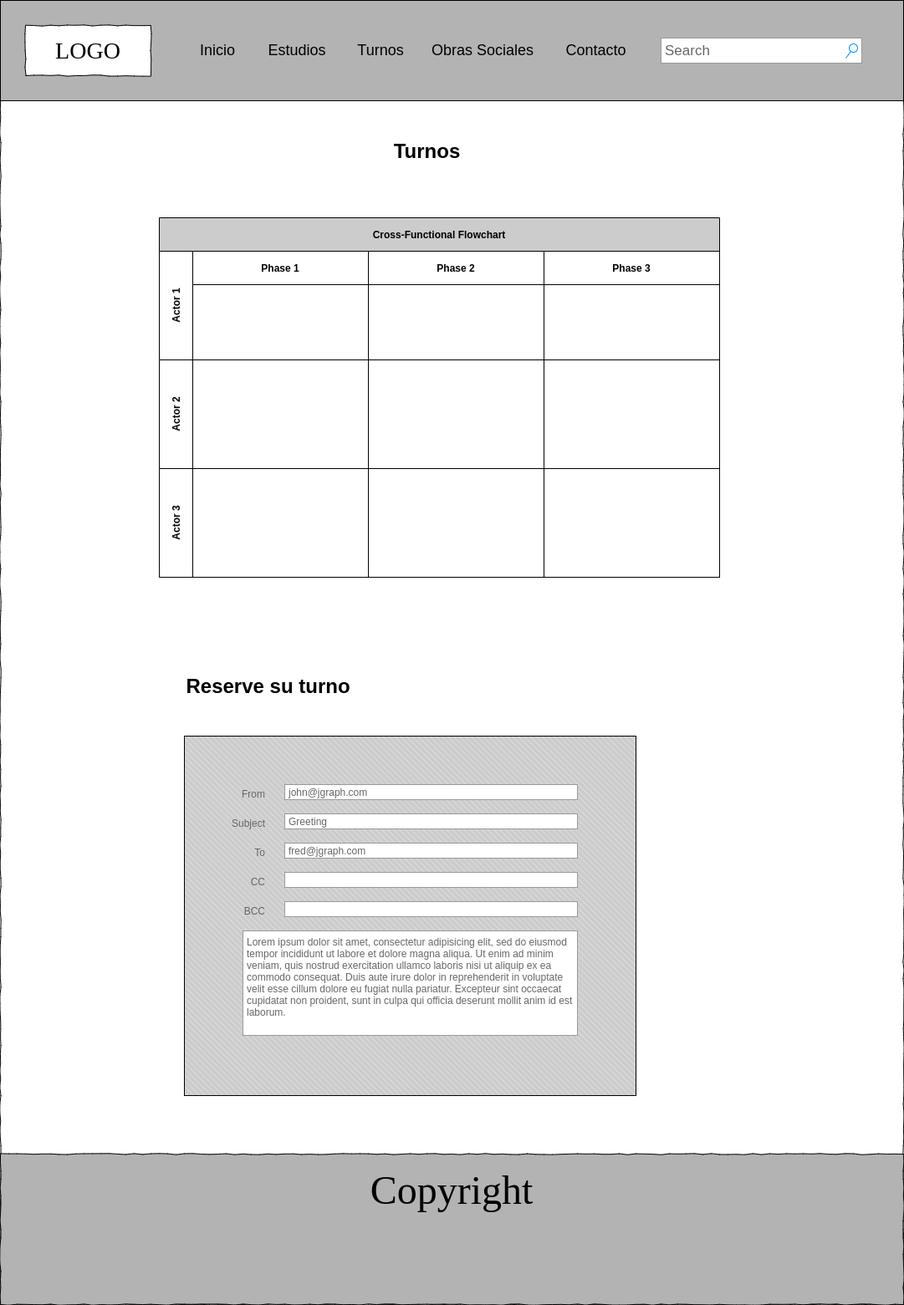
andresgerz/consultorio-rx keeps this draw.io diagram as wireframes/turnos.png. Above is the earlier version. Source tidied: cells renumbered, new cells last; positions are measured from the earlier drawing's top-left corner, leaving out a move shared by most shapes.
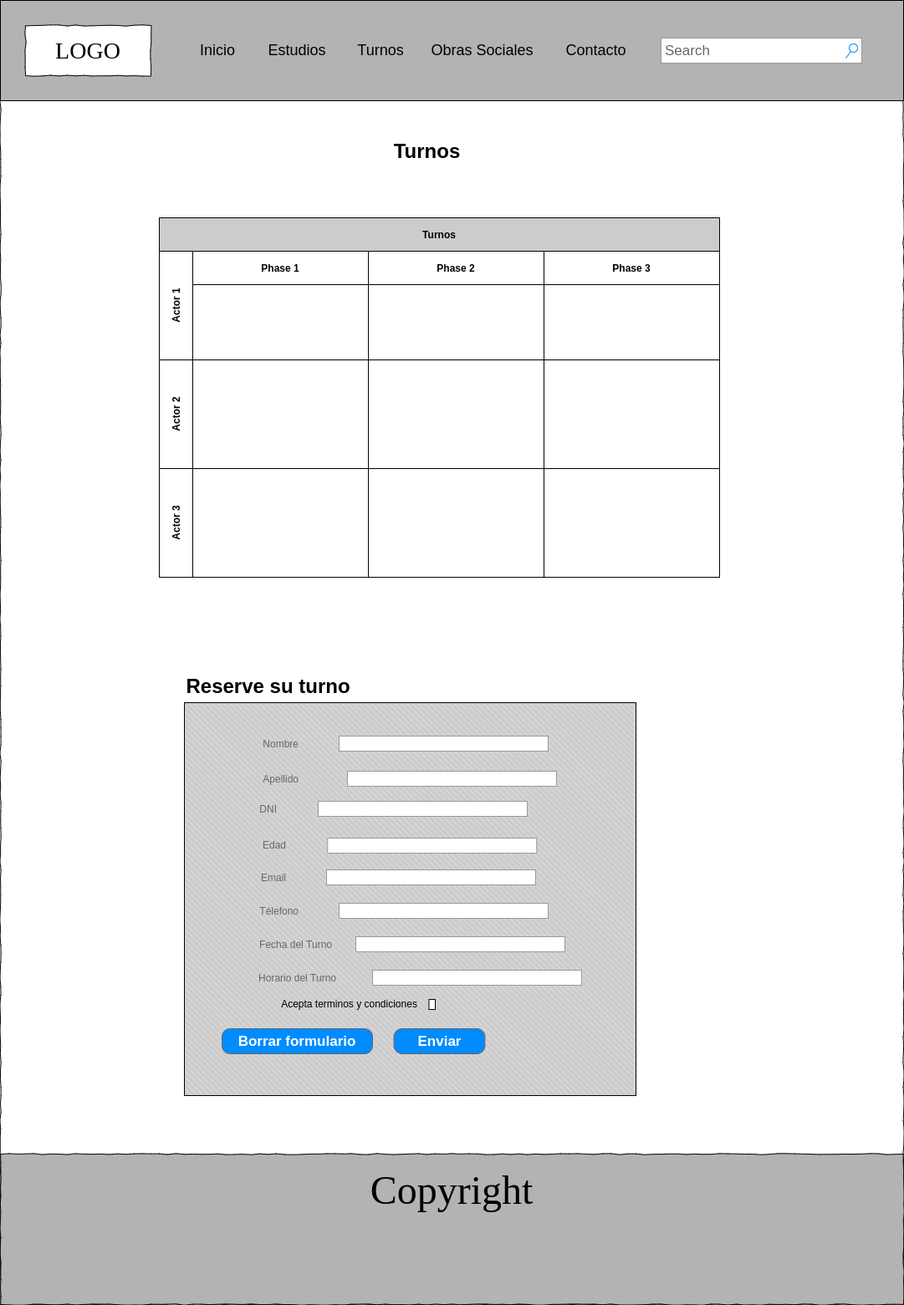
Above is the later version.

Diff of the diagram source:
```diff
@@ -2,12 +2,12 @@
   <root>
     <mxCell id="0" />
     <mxCell id="1" parent="0" />
+    <mxCell id="3" style="whiteSpace=wrap;html=1;rounded=0;shadow=0;labelBackgroundColor=none;strokeColor=#000000;strokeWidth=1;fillColor=none;fontFamily=Verdana;fontSize=12;fontColor=#000000;align=center;comic=1;" parent="1" vertex="1">
+      <mxGeometry width="1080" height="1560" as="geometry" />
+    </mxCell>
     <mxCell id="2" style="verticalLabelPosition=bottom;verticalAlign=top;html=1;shape=mxgraph.basic.patternFillRect;fillStyle=diagRev;step=5;fillStrokeWidth=0.2;fillStrokeColor=#dddddd;fillColor=#CCCCCC;" parent="1" vertex="1">
-      <mxGeometry x="220" y="880" width="540" height="430" as="geometry" />
+      <mxGeometry x="220" y="840" width="540" height="470" as="geometry" />
     </mxCell>
-    <mxCell id="3" style="whiteSpace=wrap;html=1;rounded=0;shadow=0;labelBackgroundColor=none;strokeColor=#000000;strokeWidth=1;fillColor=none;fontFamily=Verdana;fontSize=12;fontColor=#000000;align=center;comic=1;" parent="1" vertex="1">
-      <mxGeometry width="1080" height="1560" as="geometry" />
-    </mxCell>
     <mxCell id="4" style="verticalLabelPosition=bottom;verticalAlign=top;html=1;shape=mxgraph.basic.rect;fillColor2=none;strokeWidth=1;size=20;indent=5;fillColor=#B3B3B3;" parent="1" vertex="1">
       <mxGeometry width="1080" height="120" as="geometry" />
     </mxCell>
@@ -35,40 +35,25 @@
     <mxCell id="12" value="Contacto" style="text;html=1;strokeColor=none;fillColor=none;align=center;verticalAlign=middle;whiteSpace=wrap;rounded=0;fontSize=18;" parent="1" vertex="1">
       <mxGeometry x="675" y="50" width="75" height="20" as="geometry" />
     </mxCell>
-    <mxCell id="13" value="From" style="strokeWidth=1;shadow=0;dashed=0;align=center;html=1;shape=mxgraph.mockup.forms.anchor;align=right;spacingRight=2;fontColor=#666666;" parent="1" vertex="1">
-      <mxGeometry x="270" y="940" width="50" height="18" as="geometry" />
+    <mxCell id="13" value="Nombre" style="strokeWidth=1;shadow=0;dashed=0;align=center;html=1;shape=mxgraph.mockup.forms.anchor;align=right;spacingRight=2;fontColor=#666666;" parent="1" vertex="1">
+      <mxGeometry x="310" y="880" width="50" height="18" as="geometry" />
     </mxCell>
-    <mxCell id="14" value="john@jgraph.com" style="strokeWidth=1;shadow=0;dashed=0;align=center;html=1;shape=mxgraph.mockup.forms.rrect;fillColor=#ffffff;rSize=0;fontColor=#666666;align=left;spacingLeft=3;strokeColor=#999999;" parent="1" vertex="1">
-      <mxGeometry x="340" y="938" width="350" height="18" as="geometry" />
+    <mxCell id="14" style="strokeWidth=1;shadow=0;dashed=0;align=center;html=1;shape=mxgraph.mockup.forms.rrect;fillColor=#ffffff;rSize=0;fontColor=#666666;align=left;spacingLeft=3;strokeColor=#999999;" parent="1" vertex="1">
+      <mxGeometry x="405" y="880" width="250" height="18" as="geometry" />
     </mxCell>
-    <mxCell id="15" value="Subject" style="strokeWidth=1;shadow=0;dashed=0;align=center;html=1;shape=mxgraph.mockup.forms.anchor;align=right;spacingRight=2;fontColor=#666666;" parent="1" vertex="1">
-      <mxGeometry x="270" y="975" width="50" height="18" as="geometry" />
-    </mxCell>
-    <mxCell id="16" value="Greeting" style="strokeWidth=1;shadow=0;dashed=0;align=center;html=1;shape=mxgraph.mockup.forms.rrect;fillColor=#ffffff;rSize=0;fontColor=#666666;align=left;spacingLeft=3;strokeColor=#999999;" parent="1" vertex="1">
-      <mxGeometry x="340" y="973" width="350" height="18" as="geometry" />
+    <mxCell id="16" style="strokeWidth=1;shadow=0;dashed=0;align=center;html=1;shape=mxgraph.mockup.forms.rrect;fillColor=#ffffff;rSize=0;fontColor=#666666;align=left;spacingLeft=3;strokeColor=#999999;" parent="1" vertex="1">
+      <mxGeometry x="415" y="922" width="250" height="18" as="geometry" />
     </mxCell>
-    <mxCell id="17" value="To" style="strokeWidth=1;shadow=0;dashed=0;align=center;html=1;shape=mxgraph.mockup.forms.anchor;align=right;spacingRight=2;fontColor=#666666;" parent="1" vertex="1">
-      <mxGeometry x="270" y="1010" width="50" height="18" as="geometry" />
-    </mxCell>
-    <mxCell id="18" value="fred@jgraph.com" style="strokeWidth=1;shadow=0;dashed=0;align=center;html=1;shape=mxgraph.mockup.forms.rrect;fillColor=#ffffff;rSize=0;fontColor=#666666;align=left;spacingLeft=3;strokeColor=#999999;" parent="1" vertex="1">
-      <mxGeometry x="340" y="1008" width="350" height="18" as="geometry" />
+    <mxCell id="18" style="strokeWidth=1;shadow=0;dashed=0;align=center;html=1;shape=mxgraph.mockup.forms.rrect;fillColor=#ffffff;rSize=0;fontColor=#666666;align=left;spacingLeft=3;strokeColor=#999999;" parent="1" vertex="1">
+      <mxGeometry x="380" y="958" width="250" height="18" as="geometry" />
     </mxCell>
-    <mxCell id="19" value="CC" style="strokeWidth=1;shadow=0;dashed=0;align=center;html=1;shape=mxgraph.mockup.forms.anchor;align=right;spacingRight=2;fontColor=#666666;" parent="1" vertex="1">
-      <mxGeometry x="270" y="1045" width="50" height="18" as="geometry" />
-    </mxCell>
     <mxCell id="20" style="strokeWidth=1;shadow=0;dashed=0;align=center;html=1;shape=mxgraph.mockup.forms.rrect;fillColor=#ffffff;rSize=0;fontColor=#666666;align=left;spacingLeft=3;strokeColor=#999999;" parent="1" vertex="1">
-      <mxGeometry x="340" y="1043" width="350" height="18" as="geometry" />
+      <mxGeometry x="391.2" y="1002" width="250" height="18" as="geometry" />
     </mxCell>
-    <mxCell id="21" value="BCC" style="strokeWidth=1;shadow=0;dashed=0;align=center;html=1;shape=mxgraph.mockup.forms.anchor;align=right;spacingRight=2;fontColor=#666666;" parent="1" vertex="1">
-      <mxGeometry x="270" y="1080" width="50" height="18" as="geometry" />
-    </mxCell>
     <mxCell id="22" style="strokeWidth=1;shadow=0;dashed=0;align=center;html=1;shape=mxgraph.mockup.forms.rrect;fillColor=#ffffff;rSize=0;fontColor=#666666;align=left;spacingLeft=3;strokeColor=#999999;" parent="1" vertex="1">
-      <mxGeometry x="340" y="1078" width="350" height="18" as="geometry" />
+      <mxGeometry x="405" y="1080" width="250" height="18" as="geometry" />
     </mxCell>
-    <mxCell id="23" value="Lorem ipsum dolor sit amet, consectetur adipisicing elit, sed do eiusmod tempor incididunt ut labore et dolore magna aliqua. Ut enim ad minim veniam, quis nostrud exercitation ullamco laboris nisi ut aliquip ex ea commodo consequat. Duis aute irure dolor in reprehenderit in voluptate velit esse cillum dolore eu fugiat nulla pariatur. Excepteur sint occaecat cupidatat non proident, sunt in culpa qui officia deserunt mollit anim id est laborum." style="strokeWidth=1;shadow=0;dashed=0;align=center;html=1;shape=mxgraph.mockup.forms.rrect;fillColor=#ffffff;rSize=0;fontColor=#666666;align=left;spacingLeft=3;strokeColor=#999999;verticalAlign=top;whiteSpace=wrap;" parent="1" vertex="1">
-      <mxGeometry x="290" y="1113" width="400" height="125" as="geometry" />
-    </mxCell>
-    <mxCell id="24" value="Cross-Functional Flowchart" style="shape=table;rowLines=0;columnLines=0;startSize=40;html=1;whiteSpace=wrap;fontStyle=1;align=center;fillColor=#CCCCCC;" parent="1" vertex="1">
+    <mxCell id="24" value="Turnos" style="shape=table;rowLines=0;columnLines=0;startSize=40;html=1;whiteSpace=wrap;fontStyle=1;align=center;fillColor=#CCCCCC;" parent="1" vertex="1">
       <mxGeometry x="190" y="260" width="670" height="430" as="geometry" />
     </mxCell>
     <mxCell id="25" value="Actor 1" style="swimlane;horizontal=0;startSize=40;html=1;whiteSpace=wrap;fontStyle=1;" parent="24" vertex="1">
@@ -113,5 +98,47 @@
     <mxCell id="38" value="Reserve su turno" style="text;strokeColor=none;fillColor=none;html=1;fontSize=24;fontStyle=1;verticalAlign=middle;align=center;" parent="1" vertex="1">
       <mxGeometry x="270" y="800" width="100" height="40" as="geometry" />
     </mxCell>
+    <mxCell id="39" style="strokeWidth=1;shadow=0;dashed=0;align=center;html=1;shape=mxgraph.mockup.forms.rrect;fillColor=#ffffff;rSize=0;fontColor=#666666;align=left;spacingLeft=3;strokeColor=#999999;" parent="1" vertex="1">
+      <mxGeometry x="390" y="1040" width="250" height="18" as="geometry" />
+    </mxCell>
+    <mxCell id="40" style="strokeWidth=1;shadow=0;dashed=0;align=center;html=1;shape=mxgraph.mockup.forms.rrect;fillColor=#ffffff;rSize=0;fontColor=#666666;align=left;spacingLeft=3;strokeColor=#999999;" parent="1" vertex="1">
+      <mxGeometry x="425" y="1120" width="250" height="18" as="geometry" />
+    </mxCell>
+    <mxCell id="41" style="strokeWidth=1;shadow=0;dashed=0;align=center;html=1;shape=mxgraph.mockup.forms.rrect;fillColor=#ffffff;rSize=0;fontColor=#666666;align=left;spacingLeft=3;strokeColor=#999999;" parent="1" vertex="1">
+      <mxGeometry x="445" y="1160" width="250" height="18" as="geometry" />
+    </mxCell>
+    <mxCell id="42" value="Enviar" style="strokeWidth=1;shadow=0;dashed=0;align=center;html=1;shape=mxgraph.mockup.buttons.button;strokeColor=#666666;fontColor=#ffffff;mainText=;buttonStyle=round;fontSize=17;fontStyle=1;fillColor=#008cff;whiteSpace=wrap;" parent="1" vertex="1">
+      <mxGeometry x="470.6" y="1230" width="108.8" height="30" as="geometry" />
+    </mxCell>
+    <mxCell id="43" value="Borrar formulario" style="strokeWidth=1;shadow=0;dashed=0;align=center;html=1;shape=mxgraph.mockup.buttons.button;strokeColor=#666666;fontColor=#ffffff;mainText=;buttonStyle=round;fontSize=17;fontStyle=1;fillColor=#008cff;whiteSpace=wrap;" parent="1" vertex="1">
+      <mxGeometry x="265" y="1230" width="180" height="30" as="geometry" />
+    </mxCell>
+    <mxCell id="44" value="Acepta terminos y condiciones" style="text;html=1;strokeColor=none;fillColor=none;align=center;verticalAlign=middle;whiteSpace=wrap;rounded=0;" parent="1" vertex="1">
+      <mxGeometry x="275" y="1190" width="285" height="20" as="geometry" />
+    </mxCell>
+    <mxCell id="45" style="rounded=0;whiteSpace=wrap;html=1;" parent="1" vertex="1">
+      <mxGeometry x="512.5" y="1195" width="7.5" height="12" as="geometry" />
+    </mxCell>
+    <mxCell id="46" value="Apellido" style="strokeWidth=1;shadow=0;dashed=0;align=center;html=1;shape=mxgraph.mockup.forms.anchor;align=right;spacingRight=2;fontColor=#666666;" parent="1" vertex="1">
+      <mxGeometry x="310" y="922" width="50" height="18" as="geometry" />
+    </mxCell>
+    <mxCell id="47" value="DNI" style="strokeWidth=1;shadow=0;dashed=0;align=center;html=1;shape=mxgraph.mockup.forms.anchor;align=right;spacingRight=2;fontColor=#666666;direction=south;" parent="1" vertex="1">
+      <mxGeometry x="316" y="952" width="18" height="30" as="geometry" />
+    </mxCell>
+    <mxCell id="48" value="Edad" style="strokeWidth=1;shadow=0;dashed=0;align=center;html=1;shape=mxgraph.mockup.forms.anchor;align=right;spacingRight=2;fontColor=#666666;" parent="1" vertex="1">
+      <mxGeometry x="295" y="1000" width="50" height="20" as="geometry" />
+    </mxCell>
+    <mxCell id="49" value="Email" style="strokeWidth=1;shadow=0;dashed=0;align=center;html=1;shape=mxgraph.mockup.forms.anchor;align=right;spacingRight=2;fontColor=#666666;" parent="1" vertex="1">
+      <mxGeometry x="295" y="1040" width="50" height="18" as="geometry" />
+    </mxCell>
+    <mxCell id="50" value="Télefono" style="strokeWidth=1;shadow=0;dashed=0;align=center;html=1;shape=mxgraph.mockup.forms.anchor;align=right;spacingRight=2;fontColor=#666666;" parent="1" vertex="1">
+      <mxGeometry x="310" y="1080" width="50" height="18" as="geometry" />
+    </mxCell>
+    <mxCell id="51" value="Fecha del Turno" style="strokeWidth=1;shadow=0;dashed=0;align=center;html=1;shape=mxgraph.mockup.forms.anchor;align=right;spacingRight=2;fontColor=#666666;" parent="1" vertex="1">
+      <mxGeometry x="310" y="1120" width="90" height="18" as="geometry" />
+    </mxCell>
+    <mxCell id="52" value="Horario del Turno" style="strokeWidth=1;shadow=0;dashed=0;align=center;html=1;shape=mxgraph.mockup.forms.anchor;align=right;spacingRight=2;fontColor=#666666;" parent="1" vertex="1">
+      <mxGeometry x="305" y="1160" width="100" height="18" as="geometry" />
+    </mxCell>
   </root>
 </mxGraphModel>
```
